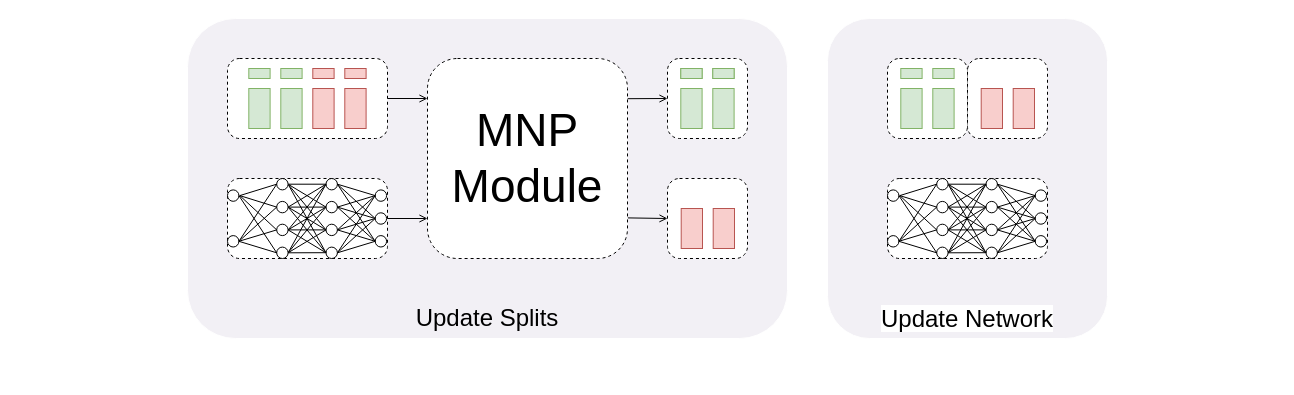
This is asset/Untitled Diagram.drawio from ShiningSord/AutoNovel, a draw.io file, before an edit. Source tidied: cells renumbered, new cells numbered last; positions are measured from the earlier drawing's top-left corner, leaving out a move shared by most shapes. Both pictures are drawn from the tidied source at 100%, with x=0, y=0 at pixel (187, 18).
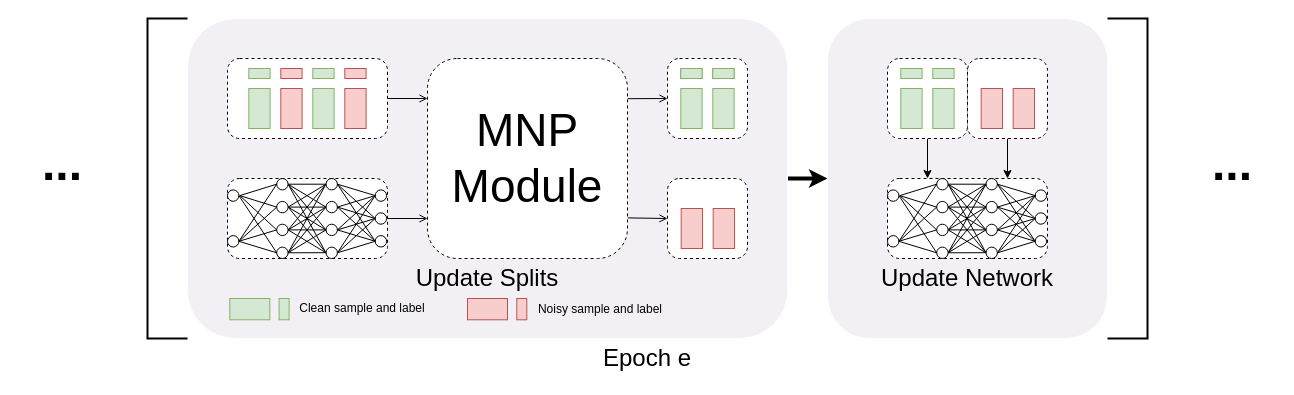
The same page after the edit.

Unchanged cells that the change refers to:
```xml
<mxCell id="2" style="whiteSpace=wrap;html=1;gradientDirection=south;fillColor=#F2F0F5;rounded=1;strokeWidth=1;strokeColor=#FFFFFF;glass=0;shadow=0;sketch=0;" parent="1" vertex="1">
  <mxGeometry width="600" height="320" as="geometry" />
</mxCell>
<mxCell id="81" style="whiteSpace=wrap;html=1;gradientDirection=south;fillColor=#F2F0F5;rounded=1;strokeWidth=1;strokeColor=#FFFFFF;glass=0;shadow=0;sketch=0;" parent="1" vertex="1">
  <mxGeometry x="640" width="280" height="320" as="geometry" />
</mxCell>
<mxCell id="84" style="rounded=1;whiteSpace=wrap;html=1;shadow=0;glass=0;sketch=0;strokeColor=#000000;strokeWidth=1;gradientColor=none;dashed=1;" parent="83" vertex="1">
  <mxGeometry width="160" height="80" as="geometry" />
</mxCell>
<mxCell id="135" style="rounded=1;whiteSpace=wrap;html=1;dashed=1;fillColor=#FFFFFF;glass=0;shadow=0;sketch=0;" parent="1" vertex="1">
  <mxGeometry x="700" y="40" width="80" height="80" as="geometry" />
</mxCell>
<mxCell id="140" style="rounded=1;whiteSpace=wrap;html=1;dashed=1;fillColor=#FFFFFF;glass=0;shadow=0;sketch=0;" parent="1" vertex="1">
  <mxGeometry x="780" y="40" width="80" height="80" as="geometry" />
</mxCell>
```

Change to the diagram source:
```diff
@@
+    <mxCell id="143" style="edgeStyle=orthogonalEdgeStyle;rounded=0;jettySize=auto;html=1;exitX=1;exitY=0.5;exitDx=0;exitDy=0;entryX=0;entryY=0.5;entryDx=0;entryDy=0;strokeWidth=4;" parent="1" edge="1" source="2" target="81">
+      <mxGeometry relative="1" as="geometry" />
+    </mxCell>
@@
-    <mxCell id="57" style="group;" parent="1" vertex="1">
-      <mxGeometry x="40" y="40" width="160" height="80" as="geometry" />
-    </mxCell>
-    <mxCell id="58" style="rounded=1;whiteSpace=wrap;html=1;dashed=1;fillColor=#FFFFFF;glass=0;shadow=0;sketch=0;" parent="57" vertex="1">
-      <mxGeometry width="160" height="80" as="geometry" />
-    </mxCell>
-    <mxCell id="59" style="rounded=0;whiteSpace=wrap;html=1;shadow=0;glass=0;sketch=0;strokeColor=#82b366;strokeWidth=1;fillColor=#d5e8d4;" parent="57" vertex="1">
-      <mxGeometry x="21.3" y="30" width="21.3" height="40" as="geometry" />
-    </mxCell>
-    <mxCell id="60" style="rounded=0;whiteSpace=wrap;html=1;shadow=0;glass=0;sketch=0;strokeColor=#82b366;strokeWidth=1;fillColor=#d5e8d4;" parent="57" vertex="1">
-      <mxGeometry x="53.3" y="30" width="21.3" height="40" as="geometry" />
-    </mxCell>
-    <mxCell id="61" style="rounded=0;whiteSpace=wrap;html=1;shadow=0;glass=0;sketch=0;strokeColor=#b85450;strokeWidth=1;fillColor=#f8cecc;" parent="57" vertex="1">
-      <mxGeometry x="85.3" y="30" width="21.3" height="40" as="geometry" />
-    </mxCell>
-    <mxCell id="62" style="rounded=0;whiteSpace=wrap;html=1;shadow=0;glass=0;sketch=0;strokeColor=#b85450;strokeWidth=1;fillColor=#f8cecc;" parent="57" vertex="1">
-      <mxGeometry x="117.3" y="30" width="21.3" height="40" as="geometry" />
-    </mxCell>
-    <mxCell id="63" style="rounded=0;whiteSpace=wrap;html=1;shadow=0;glass=0;sketch=0;strokeColor=#82b366;strokeWidth=1;fillColor=#d5e8d4;" parent="57" vertex="1">
-      <mxGeometry x="21.3" y="10" width="21.3" height="10" as="geometry" />
-    </mxCell>
-    <mxCell id="64" style="rounded=0;whiteSpace=wrap;html=1;shadow=0;glass=0;sketch=0;strokeColor=#82b366;strokeWidth=1;fillColor=#d5e8d4;" parent="57" vertex="1">
-      <mxGeometry x="53.3" y="10" width="21.3" height="10" as="geometry" />
-    </mxCell>
-    <mxCell id="65" style="rounded=0;whiteSpace=wrap;html=1;shadow=0;glass=0;sketch=0;strokeColor=#b85450;strokeWidth=1;fillColor=#f8cecc;" parent="57" vertex="1">
-      <mxGeometry x="85.3" y="10" width="21.3" height="10" as="geometry" />
-    </mxCell>
-    <mxCell id="66" style="rounded=0;whiteSpace=wrap;html=1;shadow=0;glass=0;sketch=0;strokeColor=#b85450;strokeWidth=1;fillColor=#f8cecc;" parent="57" vertex="1">
-      <mxGeometry x="117.3" y="10" width="21.3" height="10" as="geometry" />
-    </mxCell>
@@
     <mxCell id="82" value="&lt;font style=&quot;font-size: 24px&quot;&gt;Update Splits&lt;/font&gt;" style="text;html=1;strokeColor=none;fillColor=none;align=center;verticalAlign=middle;whiteSpace=wrap;rounded=0;" parent="1" vertex="1">
-      <mxGeometry y="280" width="600" height="40" as="geometry" />
+      <mxGeometry y="240" width="600" height="40" as="geometry" />
     </mxCell>
@@
-    <mxCell id="134" value="&lt;span style=&quot;color: rgb(0 , 0 , 0) ; font-family: &amp;#34;helvetica&amp;#34; ; font-size: 24px ; font-style: normal ; font-weight: 400 ; letter-spacing: normal ; text-indent: 0px ; text-transform: none ; word-spacing: 0px ; background-color: rgb(255 , 255 , 255) ; display: inline ; float: none&quot;&gt;Update Network&lt;/span&gt;" style="text;whiteSpace=wrap;html=1;align=center;" parent="1" vertex="1">
-      <mxGeometry x="640" y="280" width="280" height="40" as="geometry" />
-    </mxCell>
+    <mxCell id="144" style="edgeStyle=orthogonalEdgeStyle;rounded=0;jettySize=auto;html=1;exitX=0.5;exitY=1;exitDx=0;exitDy=0;entryX=0.25;entryY=0;entryDx=0;entryDy=0;" parent="1" edge="1" source="135" target="84">
+      <mxGeometry relative="1" as="geometry" />
+    </mxCell>
@@
+    <mxCell id="145" style="edgeStyle=orthogonalEdgeStyle;rounded=0;jettySize=auto;html=1;exitX=0.5;exitY=1;exitDx=0;exitDy=0;entryX=0.75;entryY=0;entryDx=0;entryDy=0;" parent="1" edge="1" source="140" target="84">
+      <mxGeometry relative="1" as="geometry" />
+    </mxCell>
@@
+    <mxCell id="134" value="&lt;font style=&quot;font-size: 24px&quot;&gt;Update Network&lt;/font&gt;" style="text;html=1;strokeColor=none;fillColor=none;align=center;verticalAlign=middle;whiteSpace=wrap;rounded=0;" parent="1" vertex="1">
+      <mxGeometry x="640" y="240" width="280" height="40" as="geometry" />
+    </mxCell>
+    <mxCell id="146" style="strokeWidth=2;html=1;shape=mxgraph.flowchart.annotation_1;align=left;" parent="1" vertex="1">
+      <mxGeometry x="-40" width="40" height="320" as="geometry" />
+    </mxCell>
+    <mxCell id="147" style="strokeWidth=2;html=1;shape=mxgraph.flowchart.annotation_1;align=left;direction=west;" parent="1" vertex="1">
+      <mxGeometry x="920" width="40" height="320" as="geometry" />
+    </mxCell>
+    <mxCell id="148" value="&lt;font style=&quot;font-size: 24px&quot;&gt;Epoch e&lt;/font&gt;" style="text;html=1;strokeColor=none;fillColor=none;align=center;verticalAlign=middle;whiteSpace=wrap;rounded=0;" parent="1" vertex="1">
+      <mxGeometry x="-40" y="320" width="1000" height="40" as="geometry" />
+    </mxCell>
+    <mxCell id="149" value="&lt;font style=&quot;font-size: 48px&quot;&gt;...&lt;/font&gt;" style="text;html=1;strokeColor=none;fillColor=none;align=center;verticalAlign=middle;whiteSpace=wrap;rounded=0;fontStyle=1;" parent="1" vertex="1">
+      <mxGeometry x="-170" y="110" width="90" height="70" as="geometry" />
+    </mxCell>
+    <mxCell id="150" value="&lt;font style=&quot;font-size: 48px&quot;&gt;...&lt;/font&gt;" style="text;html=1;strokeColor=none;fillColor=none;align=center;verticalAlign=middle;whiteSpace=wrap;rounded=0;fontStyle=1;" parent="1" vertex="1">
+      <mxGeometry x="1000" y="110" width="90" height="70" as="geometry" />
+    </mxCell>
+    <mxCell id="58" style="rounded=1;whiteSpace=wrap;html=1;dashed=1;fillColor=#FFFFFF;glass=0;shadow=0;sketch=0;" parent="1" vertex="1">
+      <mxGeometry x="40" y="40" width="160" height="80" as="geometry" />
+    </mxCell>
+    <mxCell id="59" style="rounded=0;whiteSpace=wrap;html=1;shadow=0;glass=0;sketch=0;strokeColor=#82b366;strokeWidth=1;fillColor=#d5e8d4;" parent="1" vertex="1">
+      <mxGeometry x="61.3" y="70" width="21.3" height="40" as="geometry" />
+    </mxCell>
+    <mxCell id="60" style="rounded=0;whiteSpace=wrap;html=1;shadow=0;glass=0;sketch=0;strokeColor=#b85450;strokeWidth=1;fillColor=#f8cecc;" parent="1" vertex="1">
+      <mxGeometry x="93.3" y="70" width="21.3" height="40" as="geometry" />
+    </mxCell>
+    <mxCell id="61" style="rounded=0;whiteSpace=wrap;html=1;shadow=0;glass=0;sketch=0;strokeColor=#82b366;strokeWidth=1;fillColor=#d5e8d4;" parent="1" vertex="1">
+      <mxGeometry x="125.3" y="70" width="21.3" height="40" as="geometry" />
+    </mxCell>
+    <mxCell id="62" style="rounded=0;whiteSpace=wrap;html=1;shadow=0;glass=0;sketch=0;strokeColor=#b85450;strokeWidth=1;fillColor=#f8cecc;" parent="1" vertex="1">
+      <mxGeometry x="157.3" y="70" width="21.3" height="40" as="geometry" />
+    </mxCell>
+    <mxCell id="63" style="rounded=0;whiteSpace=wrap;html=1;shadow=0;glass=0;sketch=0;strokeColor=#82b366;strokeWidth=1;fillColor=#d5e8d4;" parent="1" vertex="1">
+      <mxGeometry x="61.3" y="50" width="21.3" height="10" as="geometry" />
+    </mxCell>
+    <mxCell id="64" style="rounded=0;whiteSpace=wrap;html=1;shadow=0;glass=0;sketch=0;strokeColor=#b85450;strokeWidth=1;fillColor=#f8cecc;" parent="1" vertex="1">
+      <mxGeometry x="93.3" y="50" width="21.3" height="10" as="geometry" />
+    </mxCell>
+    <mxCell id="65" style="rounded=0;whiteSpace=wrap;html=1;shadow=0;glass=0;sketch=0;strokeColor=#82b366;strokeWidth=1;fillColor=#d5e8d4;" parent="1" vertex="1">
+      <mxGeometry x="125.3" y="50" width="21.3" height="10" as="geometry" />
+    </mxCell>
+    <mxCell id="66" style="rounded=0;whiteSpace=wrap;html=1;shadow=0;glass=0;sketch=0;strokeColor=#b85450;strokeWidth=1;fillColor=#f8cecc;" parent="1" vertex="1">
+      <mxGeometry x="157.3" y="50" width="21.3" height="10" as="geometry" />
+    </mxCell>
+    <mxCell id="151" style="group;" parent="1" vertex="1">
+      <mxGeometry x="42.3" y="280" width="59.3" height="21.3" as="geometry" />
+    </mxCell>
+    <mxCell id="152" style="rounded=0;whiteSpace=wrap;html=1;shadow=0;glass=0;sketch=0;strokeColor=#82b366;strokeWidth=1;fillColor=#d5e8d4;direction=south;" parent="151" vertex="1">
+      <mxGeometry width="40" height="21.3" as="geometry" />
+    </mxCell>
+    <mxCell id="153" style="rounded=0;whiteSpace=wrap;html=1;shadow=0;glass=0;sketch=0;strokeColor=#82b366;strokeWidth=1;fillColor=#d5e8d4;direction=south;" parent="151" vertex="1">
+      <mxGeometry x="49.3" width="10" height="21.3" as="geometry" />
+    </mxCell>
+    <mxCell id="154" value="Clean sample and label" style="text;html=1;strokeColor=none;fillColor=none;align=center;verticalAlign=middle;whiteSpace=wrap;rounded=0;" parent="1" vertex="1">
+      <mxGeometry x="110" y="280" width="130" height="20" as="geometry" />
+    </mxCell>
+    <mxCell id="155" style="group;" parent="1" vertex="1">
+      <mxGeometry x="280" y="280" width="59.3" height="21.3" as="geometry" />
+    </mxCell>
+    <mxCell id="156" style="rounded=0;whiteSpace=wrap;html=1;shadow=0;glass=0;sketch=0;strokeColor=#b85450;strokeWidth=1;fillColor=#f8cecc;direction=south;" parent="155" vertex="1">
+      <mxGeometry width="40" height="21.3" as="geometry" />
+    </mxCell>
+    <mxCell id="157" style="rounded=0;whiteSpace=wrap;html=1;shadow=0;glass=0;sketch=0;strokeColor=#b85450;strokeWidth=1;fillColor=#f8cecc;direction=south;" parent="155" vertex="1">
+      <mxGeometry x="49.3" width="10" height="21.3" as="geometry" />
+    </mxCell>
+    <mxCell id="158" value="Noisy sample and label" style="text;html=1;strokeColor=none;fillColor=none;align=center;verticalAlign=middle;whiteSpace=wrap;rounded=0;" parent="1" vertex="1">
+      <mxGeometry x="347.7" y="281" width="130" height="20" as="geometry" />
+    </mxCell>
```
